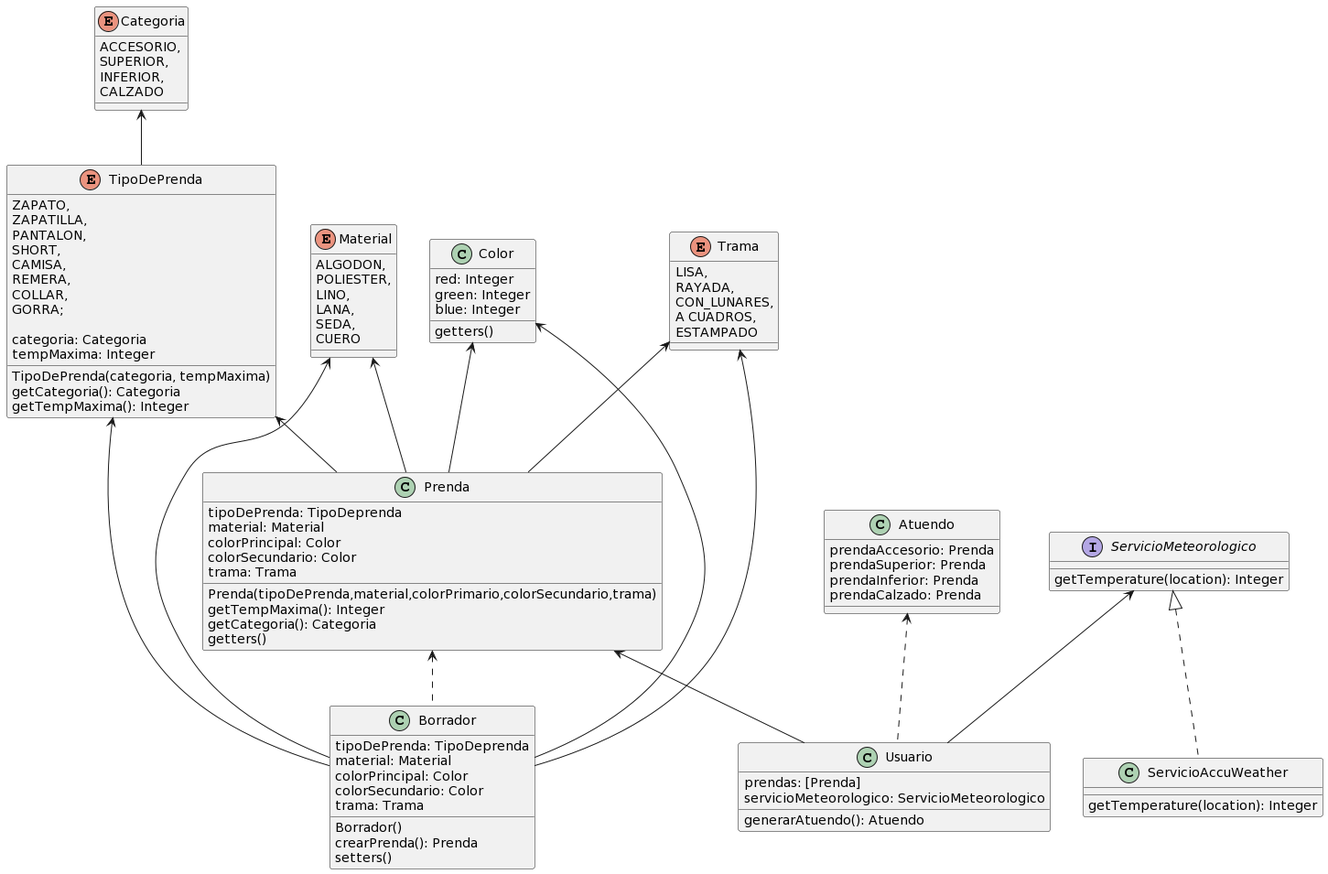
Earlier version of the PlantUML export 04-QueMePongo4/EjercicioQueMePongo4.png (mfiandrino/DDS-K3053-ViernesNoche). Source of this version:
```plantuml
@startuml
class Color{
red: Integer
green: Integer
blue: Integer
getters()
}

enum Trama{
LISA,
RAYADA,
CON_LUNARES,
A CUADROS,
ESTAMPADO
}

enum Material{
ALGODON,
POLIESTER,
LINO,
LANA,
SEDA,
CUERO
}

enum TipoDePrenda{
ZAPATO,
ZAPATILLA,
PANTALON,
SHORT,
CAMISA,
REMERA,
COLLAR,
GORRA;

categoria: Categoria
tempMaxima: Integer

TipoDePrenda(categoria, tempMaxima)
getCategoria(): Categoria
getTempMaxima(): Integer
}

enum Categoria{
ACCESORIO,
SUPERIOR,
INFERIOR,
CALZADO
}

class Prenda{
tipoDePrenda: TipoDeprenda
material: Material
colorPrincipal: Color
colorSecundario: Color
trama: Trama

Prenda(tipoDePrenda,material,colorPrimario,colorSecundario,trama)
getTempMaxima(): Integer
getCategoria(): Categoria
getters()
}

class Borrador{
tipoDePrenda: TipoDeprenda
material: Material
colorPrincipal: Color
colorSecundario: Color
trama: Trama

Borrador()
crearPrenda(): Prenda
setters()
}

class Atuendo{
prendaAccesorio: Prenda
prendaSuperior: Prenda
prendaInferior: Prenda
prendaCalzado: Prenda
}

class Usuario{
prendas: [Prenda]
servicioMeteorologico: ServicioMeteorologico

generarAtuendo(): Atuendo
}

interface ServicioMeteorologico{
getTemperature(location): Integer
}

class ServicioAccuWeather{
getTemperature(location): Integer
}

Categoria <-- TipoDePrenda

Color <-- Borrador
Trama <-- Borrador
Material <-- Borrador
TipoDePrenda <-- Borrador

Color <-- Prenda
Trama <-- Prenda
Material <-- Prenda
TipoDePrenda <-- Prenda

Prenda <.. Borrador

ServicioMeteorologico <|.. ServicioAccuWeather
ServicioMeteorologico <-- Usuario
Prenda <-- Usuario
Atuendo <.. Usuario
@enduml
```
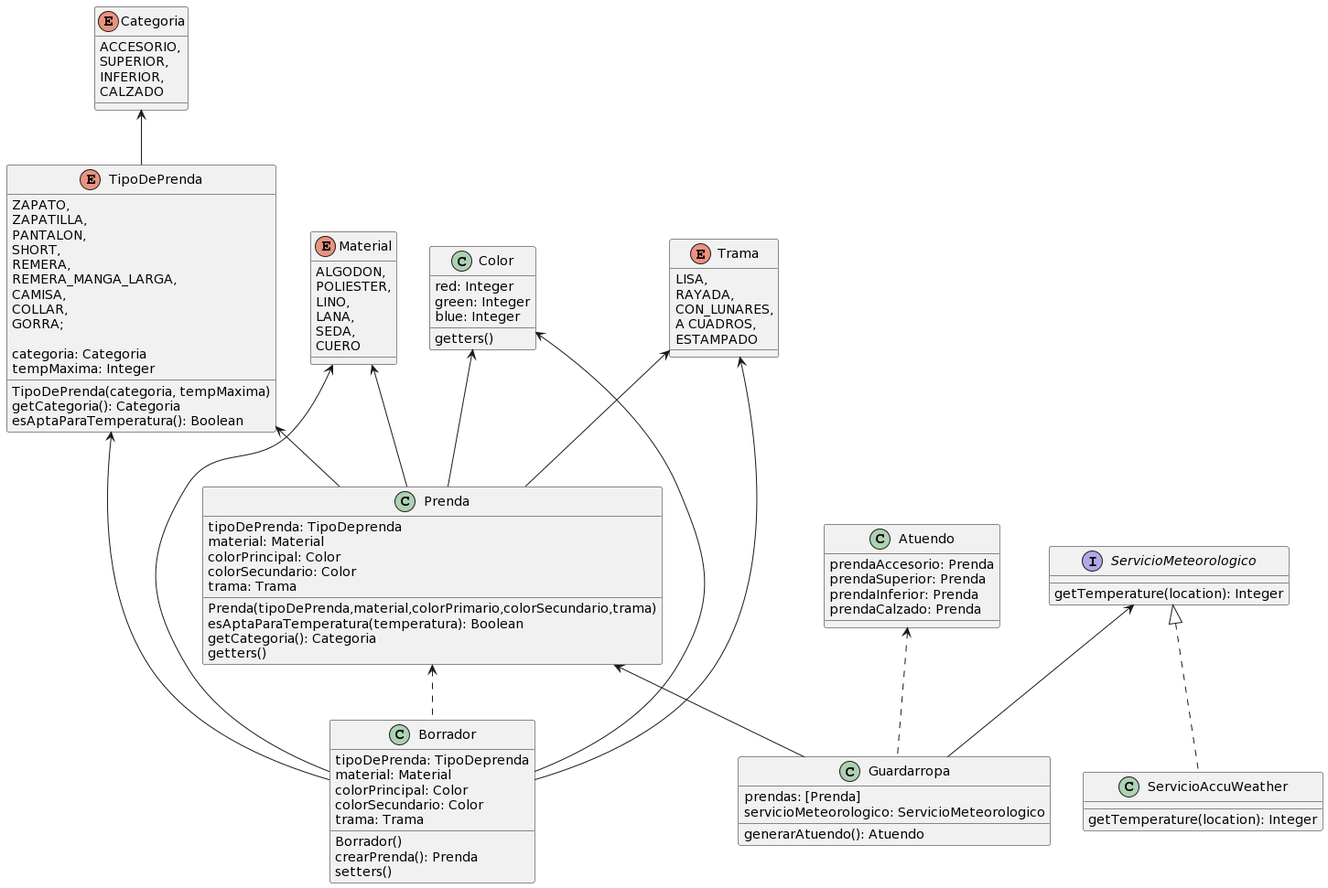
After the commit.

Commit message:
QMP4: actualizacion de diagrama

What changed in the source:
```diff
@@ -28,8 +28,9 @@
 ZAPATILLA,
 PANTALON,
 SHORT,
+REMERA,
+REMERA_MANGA_LARGA,
 CAMISA,
-REMERA,
 COLLAR,
 GORRA;
 
@@ -38,7 +39,7 @@
 
 TipoDePrenda(categoria, tempMaxima)
 getCategoria(): Categoria
-getTempMaxima(): Integer
+esAptaParaTemperatura(): Boolean
 }
 
 enum Categoria{
@@ -56,7 +57,7 @@
 trama: Trama
 
 Prenda(tipoDePrenda,material,colorPrimario,colorSecundario,trama)
-getTempMaxima(): Integer
+esAptaParaTemperatura(temperatura): Boolean
 getCategoria(): Categoria
 getters()
 }
@@ -80,7 +81,7 @@
 prendaCalzado: Prenda
 }
 
-class Usuario{
+class Guardarropa{
 prendas: [Prenda]
 servicioMeteorologico: ServicioMeteorologico
 
@@ -110,7 +111,7 @@
 Prenda <.. Borrador
 
 ServicioMeteorologico <|.. ServicioAccuWeather
-ServicioMeteorologico <-- Usuario
-Prenda <-- Usuario
-Atuendo <.. Usuario
+ServicioMeteorologico <-- Guardarropa
+Prenda <-- Guardarropa
+Atuendo <.. Guardarropa
 @enduml
```
